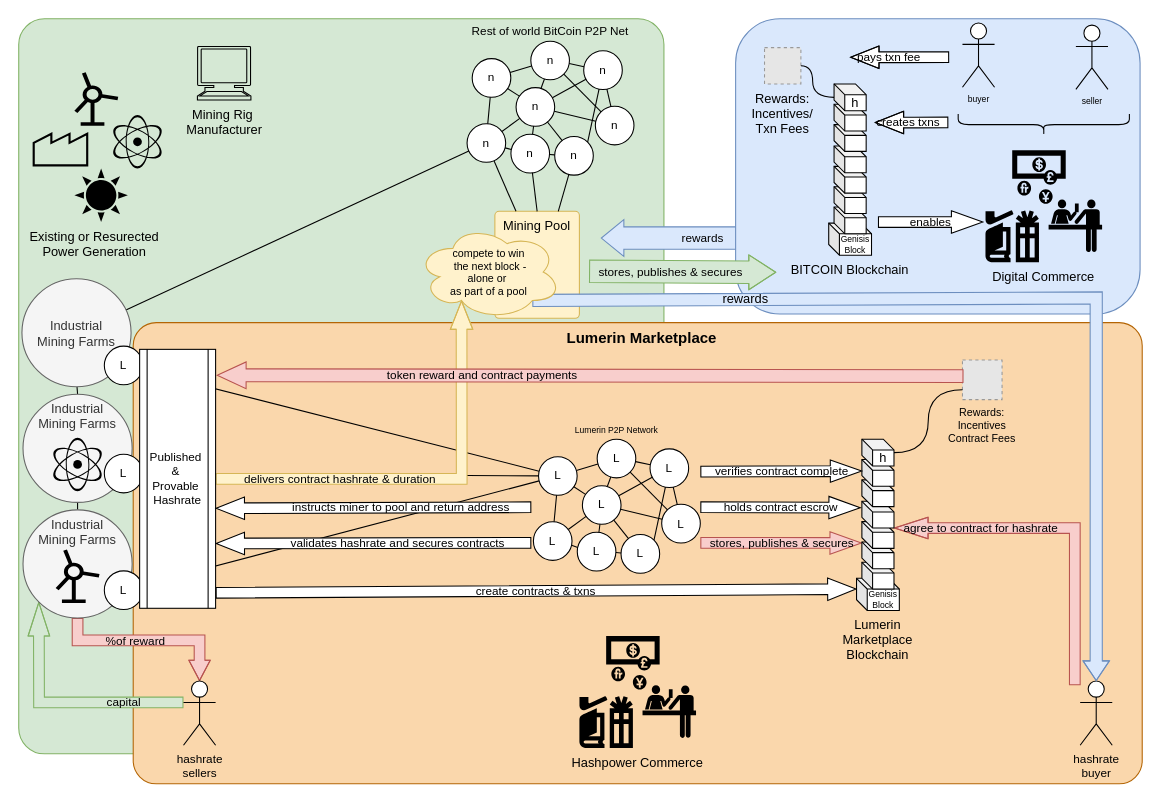
Above: page "Stage 5 - Hashrate Cmdty" (5 of 9) of docs/images/00-overview/00-overview.drawio in Lumerin-protocol/lumerin-overview (draw.io), before the change. Source tidied: cells renumbered, new cells numbered last; positions are measured from the earlier drawing's top-left corner, leaving out a move shared by most shapes. Both pictures are drawn from the tidied source at 107%, with x=0, y=0 at pixel (18, 18). Pictures stored in the file or linked from it are replaced by grey dashed boxes.
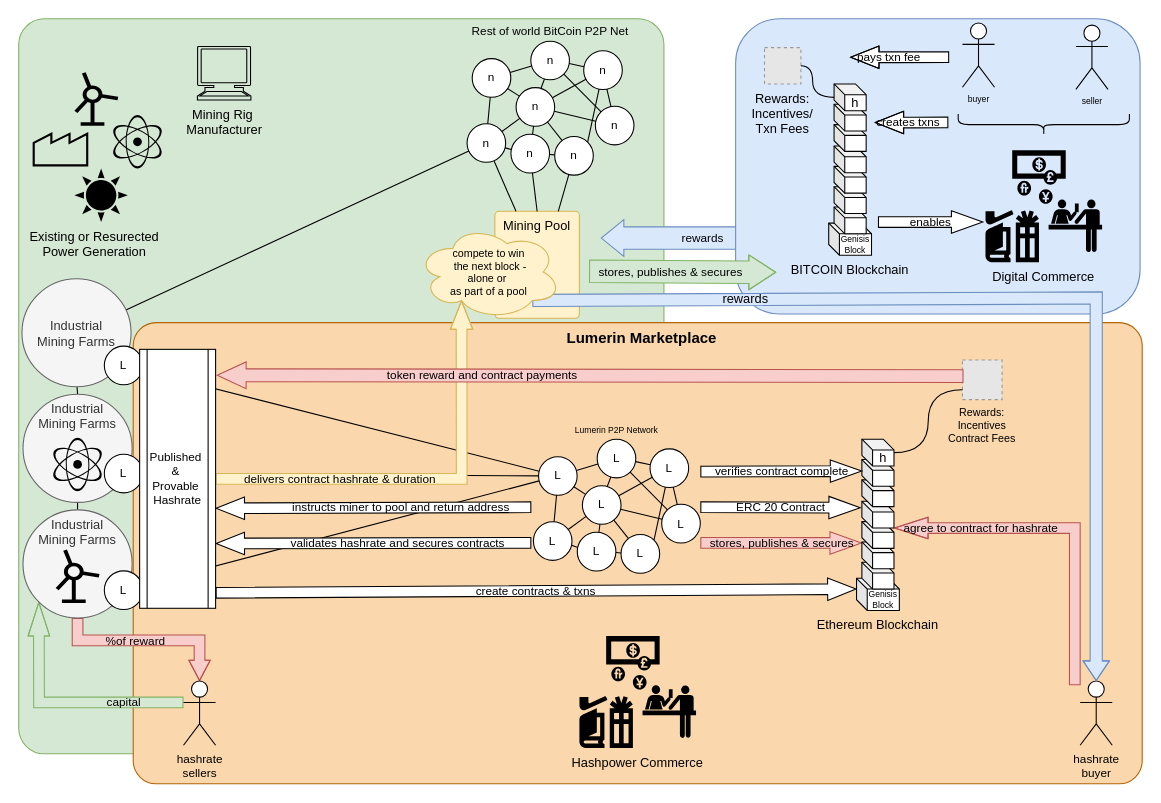
Above is the later version.

The change refers to these unchanged cells:
```xml
<mxCell id="80" style="group;" parent="1" vertex="1">
  <mxGeometry x="737" y="393" width="86" height="160" as="geometry" />
</mxCell>
<mxCell id="98" style="rounded=0;whiteSpace=wrap;html=1;fontSize=11;fontColor=#000000;align=left;verticalAlign=middle;fillColor=none;strokeColor=none;" parent="97" vertex="1">
  <mxGeometry x="-1.9" y="-2.9" width="157.9" height="132.9" as="geometry" />
</mxCell>
```

The edit, as a diff of the source:
```diff
@@
-    <mxCell id="81" value="Lumerin&#10;Marketplace &#10;Blockchain" style="group;labelPosition=center;verticalLabelPosition=bottom;align=center;verticalAlign=top;" parent="80" vertex="1">
+    <mxCell id="81" value="Ethereum Blockchain" style="group;labelPosition=center;verticalLabelPosition=bottom;align=center;verticalAlign=top;" parent="80" vertex="1">
       <mxGeometry x="46" width="40" height="160" as="geometry" />
     </mxCell>
@@
-    <mxCell id="95" value="holds contract escrow" style="shape=flexArrow;endArrow=classic;html=1;rounded=0;fontSize=11;endWidth=10;endSize=9.441666666666666;labelBackgroundColor=none;fillColor=#FFFFFF;exitX=1;exitY=0.5;exitDx=0;exitDy=0;" parent="1" edge="1" source="98">
+    <mxCell id="95" value="ERC 20 Contract" style="shape=flexArrow;endArrow=classic;html=1;rounded=0;fontSize=11;endWidth=10;endSize=9.441666666666666;labelBackgroundColor=none;fillColor=#FFFFFF;exitX=1;exitY=0.5;exitDx=0;exitDy=0;" parent="1" edge="1" source="98">
       <mxGeometry x="-321" y="241" as="geometry">
         <mxPoint x="787" y="457" as="targetPoint" />
       </mxGeometry>
     </mxCell>
```
